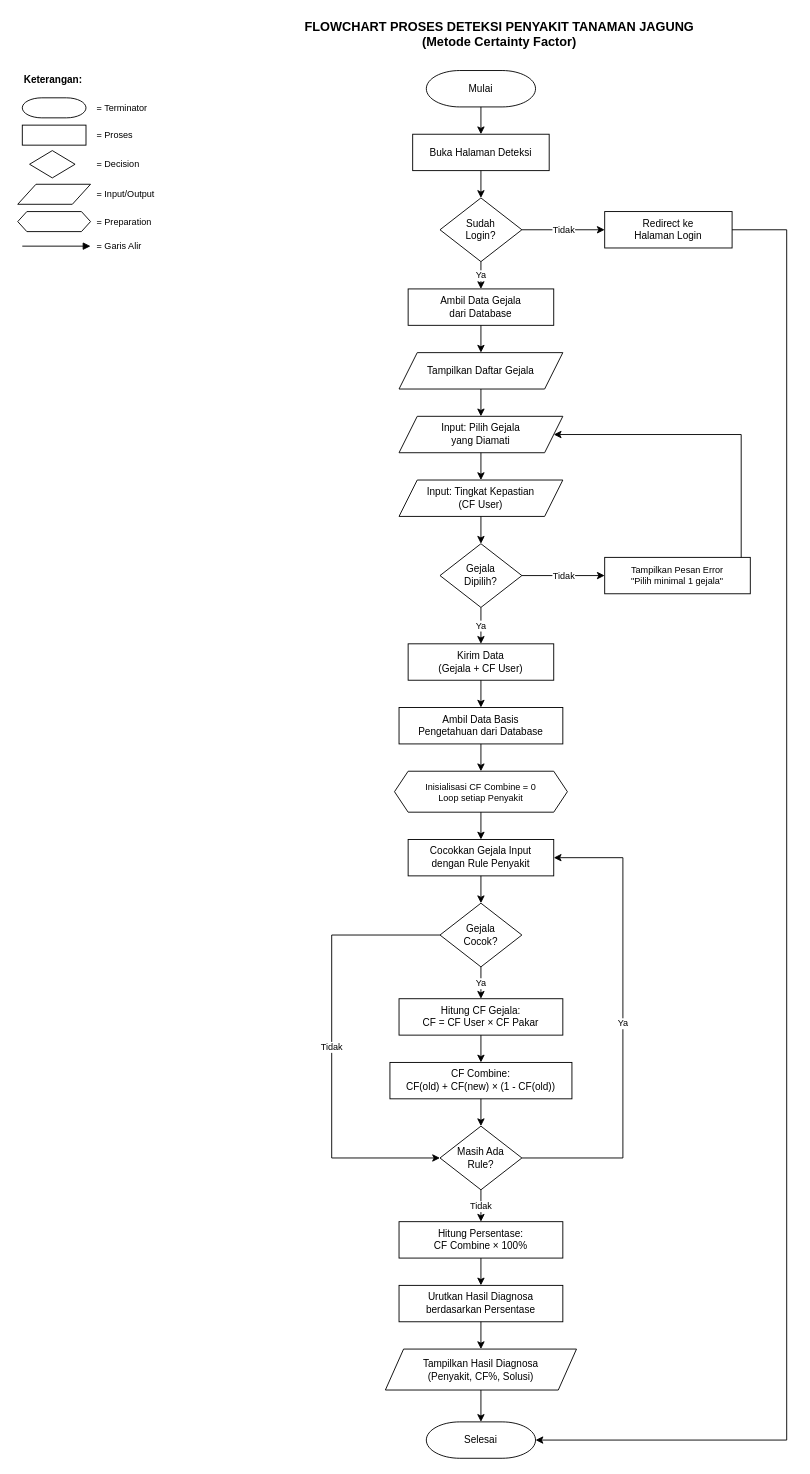
Before: diagram/flowchart/flowchart_deteksi.drawio in NarmadaWeb/pakar-jagung, a draw.io diagram. Source tidied: cells renumbered, new cells numbered last; positions are measured from the earlier drawing's top-left corner, leaving out a move shared by most shapes. Both pictures are drawn from the tidied source at 91%, with x=0, y=0 at pixel (17, 15).
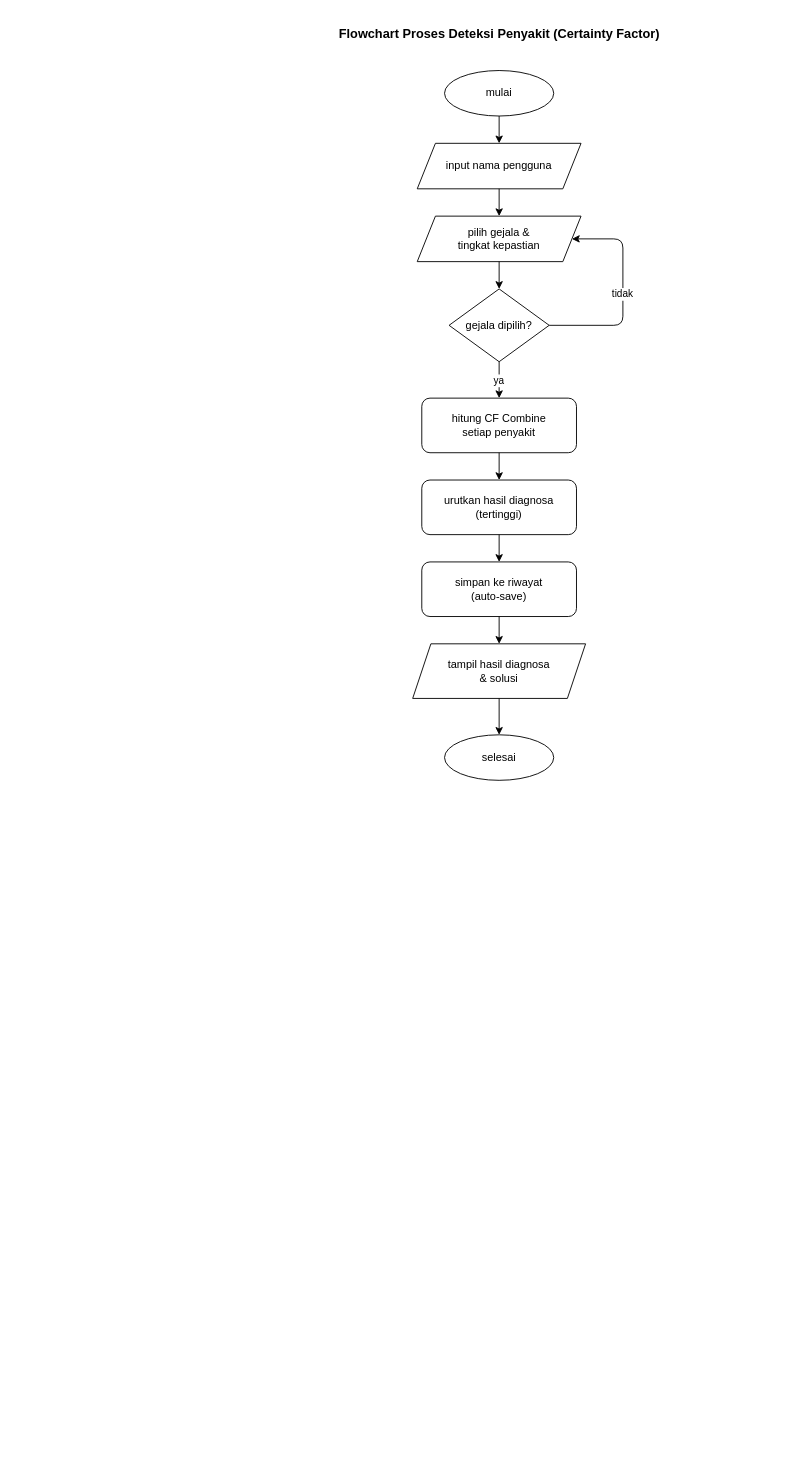
After the change.

The edit, as a diff of the source:
```diff
@@
-    <mxCell id="2" value="FLOWCHART PROSES DETEKSI PENYAKIT TANAMAN JAGUNG&#10;(Metode Certainty Factor)" style="text;html=1;strokeColor=none;fillColor=none;align=center;verticalAlign=middle;fontSize=14;fontStyle=1;fontColor=#000000;" parent="1" vertex="1">
+    <mxCell id="2" value="Flowchart Proses Deteksi Penyakit (Certainty Factor)" style="text;html=1;strokeColor=none;fillColor=none;align=center;verticalAlign=middle;fontSize=14;fontStyle=1;fontColor=#000000;" parent="1" vertex="1">
       <mxGeometry x="229" width="600" height="40" as="geometry" />
     </mxCell>
-    <mxCell id="3" value="Mulai" style="shape=mxgraph.flowchart.terminator;whiteSpace=wrap;html=1;fillColor=#FFFFFF;strokeColor=#000000;fontSize=11;" parent="1" vertex="1">
-      <mxGeometry x="449" y="60" width="120" height="40" as="geometry" />
+    <mxCell id="3" value="mulai" style="ellipse;whiteSpace=wrap;html=1;fillColor=#FFFFFF;strokeColor=#000000;" parent="1" vertex="1">
+      <mxGeometry x="469" y="60" width="120" height="50" as="geometry" />
     </mxCell>
-    <mxCell id="4" value="Buka Halaman Deteksi" style="rounded=0;whiteSpace=wrap;html=1;fillColor=#FFFFFF;strokeColor=#000000;fontSize=11;" parent="1" vertex="1">
-      <mxGeometry x="434" y="130" width="150" height="40" as="geometry" />
-    </mxCell>
-    <mxCell id="5" value="Sudah&#10;Login?" style="rhombus;whiteSpace=wrap;html=1;fillColor=#FFFFFF;strokeColor=#000000;fontSize=11;" parent="1" vertex="1">
-      <mxGeometry x="464" y="200" width="90" height="70" as="geometry" />
-    </mxCell>
-    <mxCell id="6" value="Redirect ke&#10;Halaman Login" style="rounded=0;whiteSpace=wrap;html=1;fillColor=#FFFFFF;strokeColor=#000000;fontSize=11;" parent="1" vertex="1">
-      <mxGeometry x="645" y="215" width="140" height="40" as="geometry" />
-    </mxCell>
-    <mxCell id="7" value="Ambil Data Gejala&#10;dari Database" style="rounded=0;whiteSpace=wrap;html=1;fillColor=#FFFFFF;strokeColor=#000000;fontSize=11;" parent="1" vertex="1">
-      <mxGeometry x="429" y="300" width="160" height="40" as="geometry" />
-    </mxCell>
-    <mxCell id="8" value="Tampilkan Daftar Gejala" style="shape=parallelogram;perimeter=parallelogramPerimeter;whiteSpace=wrap;html=1;fillColor=#FFFFFF;strokeColor=#000000;fontSize=11;fixedSize=1;" parent="1" vertex="1">
-      <mxGeometry x="419" y="370" width="180" height="40" as="geometry" />
-    </mxCell>
-    <mxCell id="9" value="Input: Pilih Gejala&#10;yang Diamati" style="shape=parallelogram;perimeter=parallelogramPerimeter;whiteSpace=wrap;html=1;fillColor=#FFFFFF;strokeColor=#000000;fontSize=11;fixedSize=1;" parent="1" vertex="1">
-      <mxGeometry x="419" y="440" width="180" height="40" as="geometry" />
-    </mxCell>
-    <mxCell id="10" value="Input: Tingkat Kepastian&#10;(CF User)" style="shape=parallelogram;perimeter=parallelogramPerimeter;whiteSpace=wrap;html=1;fillColor=#FFFFFF;strokeColor=#000000;fontSize=11;fixedSize=1;" parent="1" vertex="1">
-      <mxGeometry x="419" y="510" width="180" height="40" as="geometry" />
-    </mxCell>
+    <mxCell id="63" value="input nama pengguna" style="shape=parallelogram;perimeter=parallelogramPerimeter;whiteSpace=wrap;html=1;fixedSize=1;fillColor=#FFFFFF;strokeColor=#000000;" parent="1" vertex="1">
+      <mxGeometry x="439" y="140" width="180" height="50" as="geometry" />
+    </mxCell>
+    <mxCell id="64" value="pilih gejala &amp;&#10;tingkat kepastian" style="shape=parallelogram;perimeter=parallelogramPerimeter;whiteSpace=wrap;html=1;fixedSize=1;fillColor=#FFFFFF;strokeColor=#000000;" parent="1" vertex="1">
+      <mxGeometry x="439" y="220" width="180" height="50" as="geometry" />
+    </mxCell>
-    <mxCell id="11" value="Gejala&#10;Dipilih?" style="rhombus;whiteSpace=wrap;html=1;fillColor=#FFFFFF;strokeColor=#000000;fontSize=11;" parent="1" vertex="1">
-      <mxGeometry x="464" y="580" width="90" height="70" as="geometry" />
+    <mxCell id="11" value="gejala dipilih?" style="rhombus;whiteSpace=wrap;html=1;fillColor=#FFFFFF;strokeColor=#000000;" parent="1" vertex="1">
+      <mxGeometry x="474" y="300" width="110" height="80" as="geometry" />
     </mxCell>
-    <mxCell id="12" value="Tampilkan Pesan Error&#10;&quot;Pilih minimal 1 gejala&quot;" style="rounded=0;whiteSpace=wrap;html=1;fillColor=#FFFFFF;strokeColor=#000000;fontSize=10;" parent="1" vertex="1">
-      <mxGeometry x="645" y="595" width="160" height="40" as="geometry" />
-    </mxCell>
-    <mxCell id="13" value="Kirim Data&#10;(Gejala + CF User)" style="rounded=0;whiteSpace=wrap;html=1;fillColor=#FFFFFF;strokeColor=#000000;fontSize=11;" parent="1" vertex="1">
-      <mxGeometry x="429" y="690" width="160" height="40" as="geometry" />
-    </mxCell>
-    <mxCell id="14" value="Ambil Data Basis&#10;Pengetahuan dari Database" style="rounded=0;whiteSpace=wrap;html=1;fillColor=#FFFFFF;strokeColor=#000000;fontSize=11;" parent="1" vertex="1">
-      <mxGeometry x="419" y="760" width="180" height="40" as="geometry" />
-    </mxCell>
-    <mxCell id="15" value="Inisialisasi CF Combine = 0&#10;Loop setiap Penyakit" style="shape=hexagon;perimeter=hexagonPerimeter2;whiteSpace=wrap;html=1;fillColor=#FFFFFF;strokeColor=#000000;fontSize=10;fixedSize=1;size=15;" parent="1" vertex="1">
-      <mxGeometry x="414" y="830" width="190" height="45" as="geometry" />
-    </mxCell>
-    <mxCell id="16" value="Cocokkan Gejala Input&#10;dengan Rule Penyakit" style="rounded=0;whiteSpace=wrap;html=1;fillColor=#FFFFFF;strokeColor=#000000;fontSize=11;fontColor=#000000;" parent="1" vertex="1">
-      <mxGeometry x="429" y="905" width="160" height="40" as="geometry" />
-    </mxCell>
-    <mxCell id="17" value="Gejala&#10;Cocok?" style="rhombus;whiteSpace=wrap;html=1;fillColor=#FFFFFF;strokeColor=#000000;fontSize=11;" parent="1" vertex="1">
-      <mxGeometry x="464" y="975" width="90" height="70" as="geometry" />
-    </mxCell>
-    <mxCell id="18" value="Hitung CF Gejala:&#10;CF = CF User × CF Pakar" style="rounded=0;whiteSpace=wrap;html=1;fillColor=#FFFFFF;strokeColor=#000000;fontSize=11;" parent="1" vertex="1">
-      <mxGeometry x="419" y="1080" width="180" height="40" as="geometry" />
-    </mxCell>
-    <mxCell id="19" value="CF Combine:&#10;CF(old) + CF(new) × (1 - CF(old))" style="rounded=0;whiteSpace=wrap;html=1;fillColor=#FFFFFF;strokeColor=#000000;fontSize=11;" parent="1" vertex="1">
-      <mxGeometry x="409" y="1150" width="200" height="40" as="geometry" />
-    </mxCell>
-    <mxCell id="20" value="Masih Ada&#10;Rule?" style="rhombus;whiteSpace=wrap;html=1;fillColor=#FFFFFF;strokeColor=#000000;fontSize=11;" parent="1" vertex="1">
-      <mxGeometry x="464" y="1220" width="90" height="70" as="geometry" />
-    </mxCell>
-    <mxCell id="21" value="Hitung Persentase:&#10;CF Combine × 100%" style="rounded=0;whiteSpace=wrap;html=1;fillColor=#FFFFFF;strokeColor=#000000;fontSize=11;" parent="1" vertex="1">
-      <mxGeometry x="419" y="1325" width="180" height="40" as="geometry" />
-    </mxCell>
+    <mxCell id="65" value="hitung CF Combine&#10;setiap penyakit" style="rounded=1;whiteSpace=wrap;html=1;fillColor=#FFFFFF;strokeColor=#000000;" parent="1" vertex="1">
+      <mxGeometry x="444" y="420" width="170" height="60" as="geometry" />
+    </mxCell>
-    <mxCell id="22" value="Urutkan Hasil Diagnosa&#10;berdasarkan Persentase" style="rounded=0;whiteSpace=wrap;html=1;fillColor=#FFFFFF;strokeColor=#000000;fontSize=11;" parent="1" vertex="1">
-      <mxGeometry x="419" y="1395" width="180" height="40" as="geometry" />
+    <mxCell id="22" value="urutkan hasil diagnosa&#10;(tertinggi)" style="rounded=1;whiteSpace=wrap;html=1;fillColor=#FFFFFF;strokeColor=#000000;" parent="1" vertex="1">
+      <mxGeometry x="444" y="510" width="170" height="60" as="geometry" />
     </mxCell>
-    <mxCell id="23" value="Tampilkan Hasil Diagnosa&#10;(Penyakit, CF%, Solusi)" style="shape=parallelogram;perimeter=parallelogramPerimeter;whiteSpace=wrap;html=1;fillColor=#FFFFFF;strokeColor=#000000;fontSize=11;fixedSize=1;" parent="1" vertex="1">
-      <mxGeometry x="404" y="1465" width="210" height="45" as="geometry" />
-    </mxCell>
+    <mxCell id="66" value="simpan ke riwayat&#10;(auto-save)" style="rounded=1;whiteSpace=wrap;html=1;fillColor=#FFFFFF;strokeColor=#000000;" parent="1" vertex="1">
+      <mxGeometry x="444" y="600" width="170" height="60" as="geometry" />
+    </mxCell>
+    <mxCell id="67" value="tampil hasil diagnosa&#10;&amp; solusi" style="shape=parallelogram;perimeter=parallelogramPerimeter;whiteSpace=wrap;html=1;fixedSize=1;fillColor=#FFFFFF;strokeColor=#000000;" parent="1" vertex="1">
+      <mxGeometry x="434" y="690" width="190" height="60" as="geometry" />
+    </mxCell>
-    <mxCell id="24" value="Selesai" style="shape=mxgraph.flowchart.terminator;whiteSpace=wrap;html=1;fillColor=#FFFFFF;strokeColor=#000000;fontSize=11;" parent="1" vertex="1">
-      <mxGeometry x="449" y="1545" width="120" height="40" as="geometry" />
+    <mxCell id="24" value="selesai" style="ellipse;whiteSpace=wrap;html=1;fillColor=#FFFFFF;strokeColor=#000000;" parent="1" vertex="1">
+      <mxGeometry x="469" y="790" width="120" height="50" as="geometry" />
     </mxCell>
-    <mxCell id="25" style="edgeStyle=orthogonalEdgeStyle;rounded=0;html=1;strokeColor=#000000;" parent="1" edge="1" source="3" target="4">
-      <mxGeometry relative="1" as="geometry" />
-    </mxCell>
-    <mxCell id="26" style="edgeStyle=orthogonalEdgeStyle;rounded=0;html=1;strokeColor=#000000;" parent="1" edge="1" source="4" target="5">
-      <mxGeometry relative="1" as="geometry" />
-    </mxCell>
-    <mxCell id="27" value="Tidak" style="edgeStyle=orthogonalEdgeStyle;rounded=0;html=1;strokeColor=#000000;fontSize=10;" parent="1" edge="1" source="5" target="6">
-      <mxGeometry relative="1" as="geometry" />
-    </mxCell>
-    <mxCell id="28" style="edgeStyle=orthogonalEdgeStyle;rounded=0;html=1;strokeColor=#000000;" parent="1" edge="1" source="6" target="24">
-      <mxGeometry relative="1" as="geometry">
-        <Array as="points">
-          <mxPoint x="845" y="235" />
-          <mxPoint x="845" y="1565" />
-        </Array>
-      </mxGeometry>
-    </mxCell>
-    <mxCell id="29" value="Ya" style="edgeStyle=orthogonalEdgeStyle;rounded=0;html=1;strokeColor=#000000;fontSize=10;" parent="1" edge="1" source="5" target="7">
-      <mxGeometry relative="1" as="geometry" />
-    </mxCell>
-    <mxCell id="30" style="edgeStyle=orthogonalEdgeStyle;rounded=0;html=1;strokeColor=#000000;" parent="1" edge="1" source="7" target="8">
-      <mxGeometry relative="1" as="geometry" />
-    </mxCell>
-    <mxCell id="31" style="edgeStyle=orthogonalEdgeStyle;rounded=0;html=1;strokeColor=#000000;" parent="1" edge="1" source="8" target="9">
-      <mxGeometry relative="1" as="geometry" />
-    </mxCell>
-    <mxCell id="32" style="edgeStyle=orthogonalEdgeStyle;rounded=0;html=1;strokeColor=#000000;" parent="1" edge="1" source="9" target="10">
-      <mxGeometry relative="1" as="geometry" />
-    </mxCell>
-    <mxCell id="33" style="edgeStyle=orthogonalEdgeStyle;rounded=0;html=1;strokeColor=#000000;" parent="1" edge="1" source="10" target="11">
-      <mxGeometry relative="1" as="geometry" />
-    </mxCell>
-    <mxCell id="34" value="Tidak" style="edgeStyle=orthogonalEdgeStyle;rounded=0;html=1;strokeColor=#000000;fontSize=10;" parent="1" edge="1" source="11" target="12">
-      <mxGeometry relative="1" as="geometry" />
-    </mxCell>
-    <mxCell id="35" style="edgeStyle=orthogonalEdgeStyle;rounded=0;html=1;strokeColor=#000000;" parent="1" edge="1" source="12" target="9">
-      <mxGeometry relative="1" as="geometry">
-        <Array as="points">
-          <mxPoint x="795" y="460" />
-        </Array>
-      </mxGeometry>
-    </mxCell>
-    <mxCell id="36" value="Ya" style="edgeStyle=orthogonalEdgeStyle;rounded=0;html=1;strokeColor=#000000;fontSize=10;" parent="1" edge="1" source="11" target="13">
-      <mxGeometry relative="1" as="geometry" />
-    </mxCell>
-    <mxCell id="37" style="edgeStyle=orthogonalEdgeStyle;rounded=0;html=1;strokeColor=#000000;" parent="1" edge="1" source="13" target="14">
-      <mxGeometry relative="1" as="geometry" />
-    </mxCell>
-    <mxCell id="38" style="edgeStyle=orthogonalEdgeStyle;rounded=0;html=1;strokeColor=#000000;" parent="1" edge="1" source="14" target="15">
-      <mxGeometry relative="1" as="geometry" />
-    </mxCell>
-    <mxCell id="39" style="edgeStyle=orthogonalEdgeStyle;rounded=0;html=1;strokeColor=#000000;" parent="1" edge="1" source="15" target="16">
-      <mxGeometry relative="1" as="geometry" />
-    </mxCell>
-    <mxCell id="40" style="edgeStyle=orthogonalEdgeStyle;rounded=0;html=1;strokeColor=#000000;" parent="1" edge="1" source="16" target="17">
-      <mxGeometry relative="1" as="geometry" />
-    </mxCell>
-    <mxCell id="41" value="Tidak" style="edgeStyle=orthogonalEdgeStyle;rounded=0;html=1;strokeColor=#000000;fontSize=10;" parent="1" edge="1" source="17" target="20">
-      <mxGeometry relative="1" as="geometry">
-        <Array as="points">
-          <mxPoint x="345" y="1010" />
-          <mxPoint x="345" y="1255" />
-        </Array>
-      </mxGeometry>
-    </mxCell>
-    <mxCell id="42" value="Ya" style="edgeStyle=orthogonalEdgeStyle;rounded=0;html=1;strokeColor=#000000;fontSize=10;" parent="1" edge="1" source="17" target="18">
-      <mxGeometry relative="1" as="geometry" />
-    </mxCell>
-    <mxCell id="43" style="edgeStyle=orthogonalEdgeStyle;rounded=0;html=1;strokeColor=#000000;" parent="1" edge="1" source="18" target="19">
-      <mxGeometry relative="1" as="geometry" />
-    </mxCell>
-    <mxCell id="44" style="edgeStyle=orthogonalEdgeStyle;rounded=0;html=1;strokeColor=#000000;" parent="1" edge="1" source="19" target="20">
-      <mxGeometry relative="1" as="geometry" />
-    </mxCell>
-    <mxCell id="45" value="Ya" style="edgeStyle=orthogonalEdgeStyle;rounded=0;html=1;strokeColor=#000000;fontSize=10;" parent="1" edge="1" source="20" target="16">
-      <mxGeometry relative="1" as="geometry">
-        <Array as="points">
-          <mxPoint x="665" y="1255" />
-          <mxPoint x="665" y="925" />
-        </Array>
-      </mxGeometry>
-    </mxCell>
-    <mxCell id="46" value="Tidak" style="edgeStyle=orthogonalEdgeStyle;rounded=0;html=1;strokeColor=#000000;fontSize=10;" parent="1" edge="1" source="20" target="21">
-      <mxGeometry relative="1" as="geometry" />
-    </mxCell>
-    <mxCell id="47" style="edgeStyle=orthogonalEdgeStyle;rounded=0;html=1;strokeColor=#000000;" parent="1" edge="1" source="21" target="22">
-      <mxGeometry relative="1" as="geometry" />
-    </mxCell>
-    <mxCell id="48" style="edgeStyle=orthogonalEdgeStyle;rounded=0;html=1;strokeColor=#000000;" parent="1" edge="1" source="22" target="23">
-      <mxGeometry relative="1" as="geometry" />
-    </mxCell>
-    <mxCell id="49" style="edgeStyle=orthogonalEdgeStyle;rounded=0;html=1;strokeColor=#000000;" parent="1" edge="1" source="23" target="24">
-      <mxGeometry relative="1" as="geometry" />
-    </mxCell>
-    <mxCell id="50" value="Keterangan:" style="text;html=1;strokeColor=none;fillColor=none;align=left;verticalAlign=middle;fontSize=11;fontStyle=1;" parent="1" vertex="1">
-      <mxGeometry x="5" y="60" width="100" height="20" as="geometry" />
-    </mxCell>
-    <mxCell id="51" style="shape=mxgraph.flowchart.terminator;whiteSpace=wrap;html=1;fillColor=#FFFFFF;strokeColor=#000000;" parent="1" vertex="1">
-      <mxGeometry x="5" y="90" width="70" height="22" as="geometry" />
-    </mxCell>
-    <mxCell id="52" value="= Terminator" style="text;html=1;strokeColor=none;fillColor=none;align=left;verticalAlign=middle;fontSize=10;" parent="1" vertex="1">
-      <mxGeometry x="85" y="90" width="120" height="22" as="geometry" />
-    </mxCell>
-    <mxCell id="53" style="rounded=0;whiteSpace=wrap;html=1;fillColor=#FFFFFF;strokeColor=#000000;" parent="1" vertex="1">
-      <mxGeometry x="5" y="120" width="70" height="22" as="geometry" />
-    </mxCell>
-    <mxCell id="54" value="= Proses" style="text;html=1;strokeColor=none;fillColor=none;align=left;verticalAlign=middle;fontSize=10;" parent="1" vertex="1">
-      <mxGeometry x="85" y="120" width="120" height="22" as="geometry" />
-    </mxCell>
-    <mxCell id="55" style="rhombus;whiteSpace=wrap;html=1;fillColor=#FFFFFF;strokeColor=#000000;" parent="1" vertex="1">
-      <mxGeometry x="13" y="148" width="50" height="30" as="geometry" />
-    </mxCell>
-    <mxCell id="56" value="= Decision" style="text;html=1;strokeColor=none;fillColor=none;align=left;verticalAlign=middle;fontSize=10;" parent="1" vertex="1">
-      <mxGeometry x="85" y="152" width="120" height="22" as="geometry" />
-    </mxCell>
-    <mxCell id="57" style="shape=parallelogram;perimeter=parallelogramPerimeter;whiteSpace=wrap;html=1;fillColor=#FFFFFF;strokeColor=#000000;fixedSize=1;" parent="1" vertex="1">
-      <mxGeometry y="185" width="80" height="22" as="geometry" />
-    </mxCell>
-    <mxCell id="58" value="= Input/Output" style="text;html=1;strokeColor=none;fillColor=none;align=left;verticalAlign=middle;fontSize=10;" parent="1" vertex="1">
-      <mxGeometry x="85" y="185" width="120" height="22" as="geometry" />
-    </mxCell>
-    <mxCell id="59" style="shape=hexagon;perimeter=hexagonPerimeter2;whiteSpace=wrap;html=1;fillColor=#FFFFFF;strokeColor=#000000;fixedSize=1;size=10;" parent="1" vertex="1">
-      <mxGeometry y="215" width="80" height="22" as="geometry" />
-    </mxCell>
-    <mxCell id="60" value="= Preparation" style="text;html=1;strokeColor=none;fillColor=none;align=left;verticalAlign=middle;fontSize=10;" parent="1" vertex="1">
-      <mxGeometry x="85" y="215" width="120" height="22" as="geometry" />
-    </mxCell>
-    <mxCell id="61" style="endArrow=block;html=1;strokeColor=#000000;endFill=1;" parent="1" edge="1">
-      <mxGeometry relative="1" as="geometry">
-        <mxPoint x="5" y="253" as="sourcePoint" />
-        <mxPoint x="80" y="253" as="targetPoint" />
-      </mxGeometry>
-    </mxCell>
-    <mxCell id="62" value="= Garis Alir" style="text;html=1;strokeColor=none;fillColor=none;align=left;verticalAlign=middle;fontSize=10;" parent="1" vertex="1">
-      <mxGeometry x="85" y="242" width="120" height="22" as="geometry" />
-    </mxCell>
+    <mxCell id="68" parent="1" edge="1" source="3" target="63">
+      <mxGeometry relative="1" as="geometry" />
+    </mxCell>
+    <mxCell id="69" parent="1" edge="1" source="63" target="64">
+      <mxGeometry relative="1" as="geometry" />
+    </mxCell>
+    <mxCell id="70" parent="1" edge="1" source="64" target="11">
+      <mxGeometry relative="1" as="geometry" />
+    </mxCell>
+    <mxCell id="71" value="ya" parent="1" edge="1" source="11" target="65">
+      <mxGeometry relative="1" as="geometry" />
+    </mxCell>
+    <mxCell id="72" value="tidak" parent="1" edge="1" source="11" target="64">
+      <mxGeometry relative="1" as="geometry">
+        <Array as="points">
+          <mxPoint x="665" y="340" />
+          <mxPoint x="665" y="245" />
+        </Array>
+      </mxGeometry>
+    </mxCell>
+    <mxCell id="73" parent="1" edge="1" source="65" target="22">
+      <mxGeometry relative="1" as="geometry" />
+    </mxCell>
+    <mxCell id="74" parent="1" edge="1" source="22" target="66">
+      <mxGeometry relative="1" as="geometry" />
+    </mxCell>
+    <mxCell id="75" parent="1" edge="1" source="66" target="67">
+      <mxGeometry relative="1" as="geometry" />
+    </mxCell>
+    <mxCell id="76" parent="1" edge="1" source="67" target="24">
+      <mxGeometry relative="1" as="geometry" />
+    </mxCell>
```
